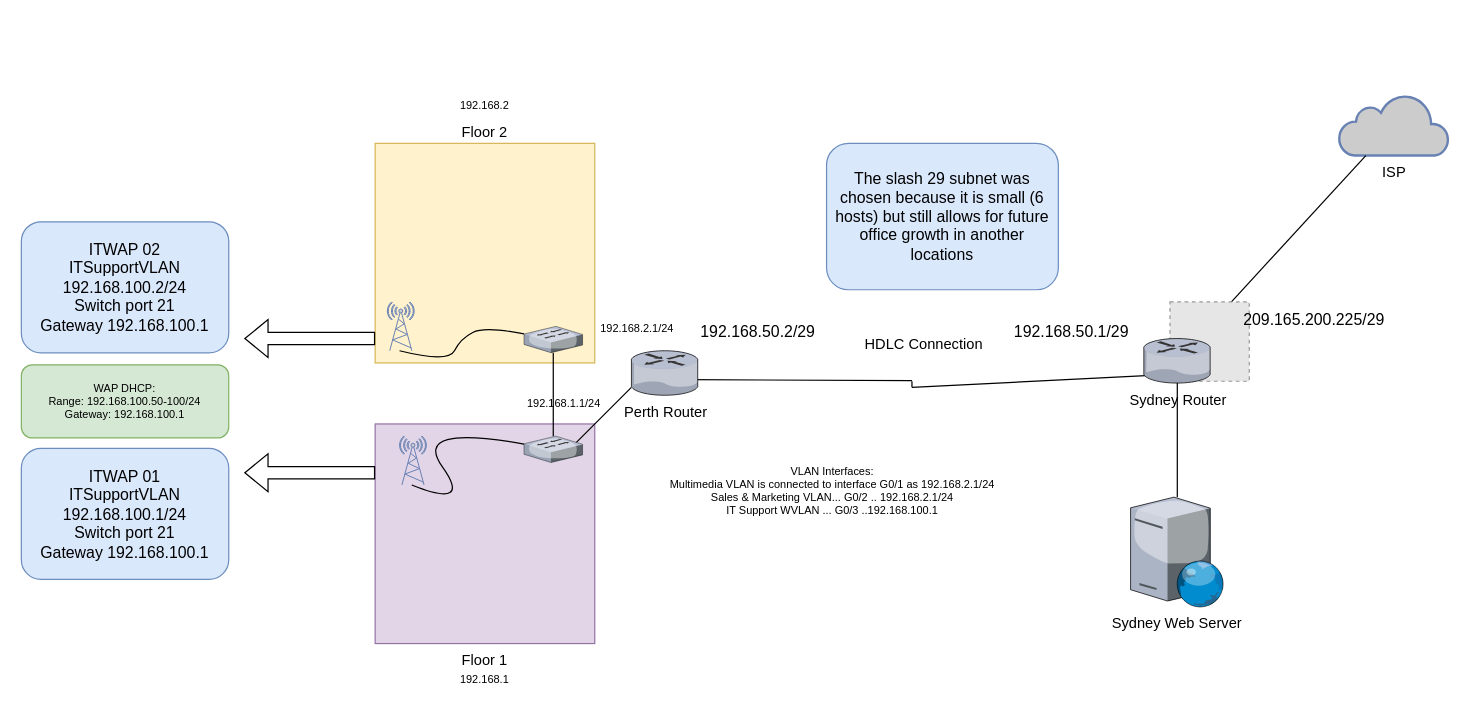
TechWiz-3/Network-Diagrams keeps this draw.io diagram as Case Study Diagram v1.drawio. Above is the earlier version. Source tidied: cells renumbered, new cells numbered last; positions are measured from the earlier drawing's top-left corner, leaving out a move shared by most shapes. Both pictures are drawn from the tidied source at 122%, with x=0, y=0 at pixel (21, 87). Pictures stored in the file or linked from it are replaced by grey dashed boxes.
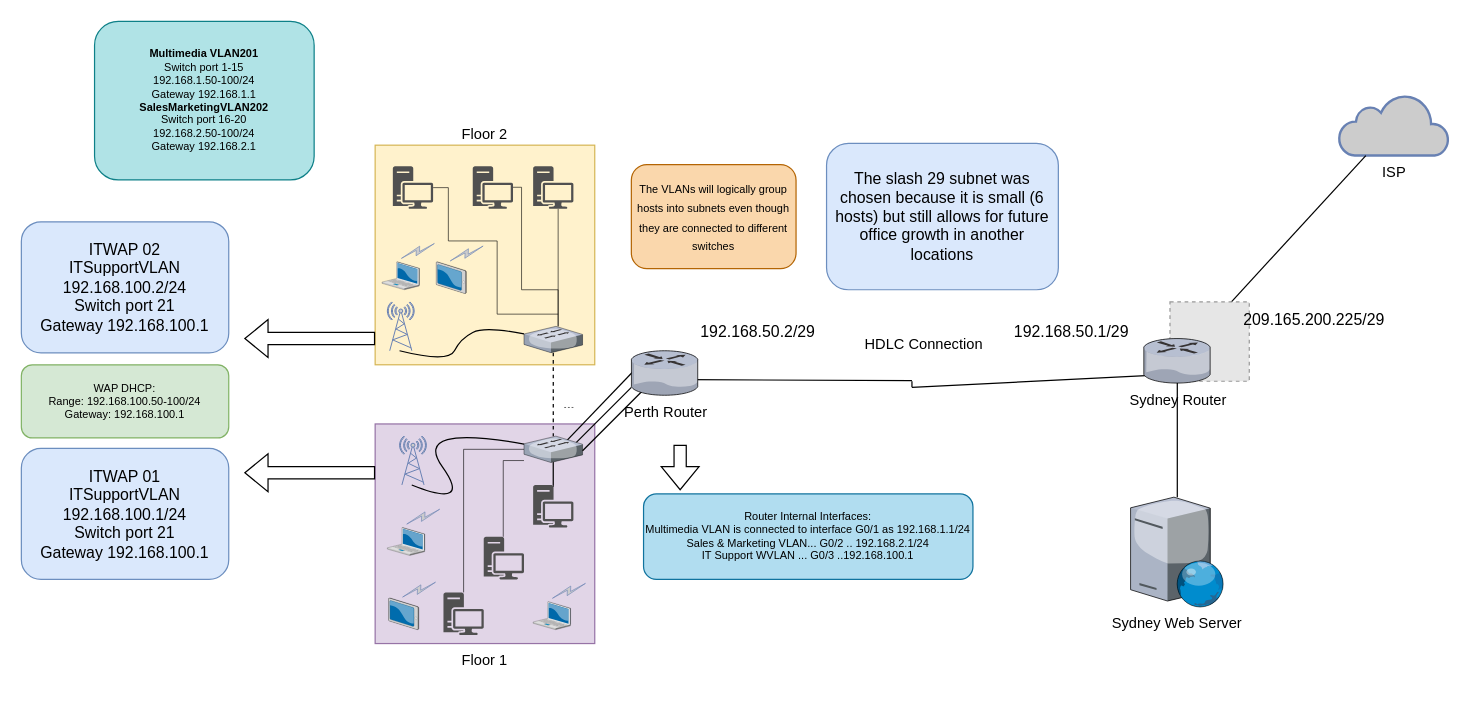
Above is the later version.

Commit message:
👌 IMPROVE: VLAN understanding and representation

The change refers to these unchanged cells:
```xml
<mxCell id="24" style="verticalLabelPosition=bottom;sketch=0;html=1;verticalAlign=top;strokeColor=none;align=center;outlineConnect=0;shape=mxgraph.citrix.switch;fontColor=#000000;" parent="1" vertex="1">
  <mxGeometry x="412" y="196" width="48" height="21.6" as="geometry" />
</mxCell>
```

The edit, as a diff of the source:
```diff
@@
     <mxCell id="7" value="Floor 2" style="whiteSpace=wrap;html=1;strokeColor=#d6b656;fillColor=#fff2cc;labelPosition=center;verticalLabelPosition=top;align=center;verticalAlign=bottom;" parent="1" vertex="1">
-      <mxGeometry x="290" y="46" width="180" height="180" as="geometry" />
+      <mxGeometry x="290" y="47.5" width="180" height="180" as="geometry" />
     </mxCell>
+    <mxCell id="39" style="sketch=0;shadow=0;dashed=0;html=1;strokeColor=none;fillColor=#505050;labelPosition=center;verticalLabelPosition=bottom;verticalAlign=top;outlineConnect=0;align=center;shape=mxgraph.office.devices.workstation;rounded=1;glass=0;fontSize=9;fontColor=#000000;" parent="7" vertex="1">
+      <mxGeometry x="80" y="17.3" width="33" height="34.9" as="geometry" />
+    </mxCell>
@@
-    <mxCell id="13" value="&lt;div&gt;Perth Router&lt;/div&gt;" style="verticalLabelPosition=bottom;sketch=0;html=1;verticalAlign=top;strokeColor=none;align=center;shape=mxgraph.citrix.router;fontColor=#000000;" parent="1" vertex="1">
-      <mxGeometry x="500" y="216" width="55" height="36.5" as="geometry" />
-    </mxCell>
@@
-    <mxCell id="18" style="verticalLabelPosition=bottom;sketch=0;html=1;verticalAlign=top;strokeColor=none;align=center;outlineConnect=0;shape=mxgraph.citrix.switch;fontColor=#000000;" parent="1" vertex="1">
-      <mxGeometry x="412" y="286" width="48" height="21.6" as="geometry" />
-    </mxCell>
@@
-    <mxCell id="23" style="endArrow=none;html=1;rounded=0;fontSize=13;fontColor=#000000;" parent="1" edge="1" source="24" target="18">
+    <mxCell id="23" style="endArrow=none;html=1;rounded=0;fontSize=13;fontColor=#000000;dashed=1;" parent="1" edge="1" source="24" target="18">
       <mxGeometry relative="1" as="geometry" />
     </mxCell>
+    <mxCell id="40" style="edgeStyle=orthogonalEdgeStyle;rounded=0;jumpSize=6;jettySize=auto;html=1;fontSize=9;fontColor=#000000;endArrow=none;endFill=0;strokeWidth=0.5;" parent="1" edge="1" source="24" target="39">
+      <mxGeometry relative="1" as="geometry">
+        <Array as="points">
+          <mxPoint x="440" y="166" />
+          <mxPoint x="410" y="166" />
+          <mxPoint x="410" y="82" />
+        </Array>
+      </mxGeometry>
+    </mxCell>
@@
-    <mxCell id="31" value="&lt;font style=&quot;font-size: 9px&quot;&gt;192.168.1.1/24&lt;/font&gt;" style="text;html=1;strokeColor=none;fillColor=none;align=center;verticalAlign=middle;whiteSpace=wrap;rounded=0;fontSize=13;fontColor=#000000;" parent="1" vertex="1">
-      <mxGeometry x="430" y="252.5" width="30" height="10" as="geometry" />
-    </mxCell>
-    <mxCell id="32" value="&lt;font style=&quot;font-size: 9px&quot;&gt;192.168.2.1/24&lt;/font&gt;" style="text;html=1;strokeColor=none;fillColor=none;align=center;verticalAlign=middle;whiteSpace=wrap;rounded=0;fontSize=13;fontColor=#000000;" parent="1" vertex="1">
-      <mxGeometry x="490" y="191" width="30" height="10" as="geometry" />
-    </mxCell>
@@
-    <mxCell id="35" value="192.168.2" style="text;html=1;strokeColor=none;fillColor=none;align=center;verticalAlign=middle;whiteSpace=wrap;rounded=0;fontSize=9;fontColor=#000000;" parent="1" vertex="1">
-      <mxGeometry x="350" width="60" height="30" as="geometry" />
-    </mxCell>
-    <mxCell id="36" value="192.168.1" style="text;html=1;strokeColor=none;fillColor=none;align=center;verticalAlign=middle;whiteSpace=wrap;rounded=0;fontSize=9;fontColor=#000000;" parent="1" vertex="1">
-      <mxGeometry x="350" y="470.5" width="60" height="30" as="geometry" />
-    </mxCell>
@@
-    <mxCell id="38" value="&lt;div&gt;VLAN Interfaces:&lt;/div&gt;&lt;div&gt;Multimedia VLAN is connected to interface G0/1 as 192.168.2.1/24&lt;/div&gt;&lt;div&gt;Sales &amp;amp; Marketing VLAN... G0/2 .. 192.168.2.1/24&lt;/div&gt;&lt;div&gt;IT Support WVLAN ... G0/3 ..192.168.100.1&lt;br&gt;&lt;/div&gt;" style="text;html=1;strokeColor=none;fillColor=none;align=center;verticalAlign=middle;whiteSpace=wrap;rounded=0;fontSize=9;fontColor=#000000;" parent="1" vertex="1">
-      <mxGeometry x="530" y="296" width="270" height="70" as="geometry" />
+    <mxCell id="38" value="&lt;div&gt;Router Internal Interfaces:&lt;/div&gt;&lt;div&gt;Multimedia VLAN is connected to interface G0/1 as 192.168.1.1/24&lt;/div&gt;&lt;div&gt;Sales &amp;amp; Marketing VLAN... G0/2 .. 192.168.2.1/24&lt;/div&gt;&lt;div&gt;IT Support WVLAN ... G0/3 ..192.168.100.1&lt;br&gt;&lt;/div&gt;" style="text;html=1;strokeColor=#10739e;fillColor=#b1ddf0;align=center;verticalAlign=middle;whiteSpace=wrap;rounded=1;fontSize=9;glass=0;shadow=0;sketch=0;" parent="1" vertex="1">
+      <mxGeometry x="510" y="333.4" width="270" height="70" as="geometry" />
     </mxCell>
+    <mxCell id="41" style="shape=flexArrow;endArrow=classic;html=1;rounded=0;fontSize=13;fontColor=#000000;" parent="1" edge="1">
+      <mxGeometry relative="1" as="geometry">
+        <mxPoint x="540" y="293" as="sourcePoint" />
+        <mxPoint x="540" y="330.4" as="targetPoint" />
+      </mxGeometry>
+    </mxCell>
+    <mxCell id="42" style="edgeStyle=orthogonalEdgeStyle;rounded=0;jettySize=auto;html=1;fontSize=9;fontColor=#000000;endArrow=none;endFill=0;strokeWidth=0.5;" parent="1" edge="1" source="43" target="24">
+      <mxGeometry relative="1" as="geometry">
+        <Array as="points">
+          <mxPoint x="440" y="126" />
+          <mxPoint x="440" y="126" />
+        </Array>
+      </mxGeometry>
+    </mxCell>
+    <mxCell id="43" style="sketch=0;shadow=0;dashed=0;html=1;strokeColor=none;fillColor=#505050;labelPosition=center;verticalLabelPosition=bottom;verticalAlign=top;outlineConnect=0;align=center;shape=mxgraph.office.devices.workstation;rounded=1;glass=0;fontSize=9;fontColor=#000000;" parent="1" vertex="1">
+      <mxGeometry x="419.5" y="64.8" width="33" height="34.9" as="geometry" />
+    </mxCell>
+    <mxCell id="44" style="verticalLabelPosition=bottom;sketch=0;html=1;verticalAlign=top;strokeColor=none;align=center;shape=mxgraph.citrix.tablet_2;rounded=1;shadow=0;glass=0;fontSize=9;fontColor=#000000;" parent="1" vertex="1">
+      <mxGeometry x="340" y="143.1" width="24.8" height="26" as="geometry" />
+    </mxCell>
+    <mxCell id="45" style="verticalLabelPosition=bottom;sketch=0;html=1;verticalAlign=top;strokeColor=none;align=center;shape=mxgraph.citrix.laptop_2;rounded=1;shadow=0;glass=0;fontSize=9;fontColor=#000000;" parent="1" vertex="1">
+      <mxGeometry x="295.6" y="143.1" width="30.7" height="22.9" as="geometry" />
+    </mxCell>
+    <mxCell id="46" style="html=1;outlineConnect=0;fillColor=#CCCCCC;strokeColor=#6881B3;gradientColor=none;gradientDirection=north;strokeWidth=0.5;shape=mxgraph.networks.comm_link_edge;html=1;rounded=0;fontSize=9;fontColor=#000000;endArrow=none;endFill=0;exitX=0.667;exitY=0.389;exitDx=0;exitDy=0;exitPerimeter=0;entryX=0.278;entryY=0.444;entryDx=0;entryDy=0;entryPerimeter=0;" parent="1" edge="1" target="7">
+      <mxGeometry relative="1" as="geometry">
+        <mxPoint x="310" y="141" as="sourcePoint" />
+      </mxGeometry>
+    </mxCell>
+    <mxCell id="47" style="html=1;outlineConnect=0;fillColor=#CCCCCC;strokeColor=#6881B3;gradientColor=none;gradientDirection=north;strokeWidth=0.5;shape=mxgraph.networks.comm_link_edge;html=1;rounded=0;fontSize=9;fontColor=#000000;endArrow=none;endFill=0;exitX=0.667;exitY=0.389;exitDx=0;exitDy=0;exitPerimeter=0;entryX=0.278;entryY=0.444;entryDx=0;entryDy=0;entryPerimeter=0;" parent="1" edge="1">
+      <mxGeometry relative="1" as="geometry">
+        <mxPoint x="350" y="143.1" as="sourcePoint" />
+        <mxPoint x="380" y="129.5" as="targetPoint" />
+      </mxGeometry>
+    </mxCell>
+    <mxCell id="48" style="edgeStyle=orthogonalEdgeStyle;rounded=0;orthogonalLoop=1;jettySize=auto;html=1;exitX=0.75;exitY=1;exitDx=0;exitDy=0;dashed=1;fontSize=9;fontColor=#000000;endArrow=none;endFill=0;strokeWidth=0.5;" parent="1" edge="1">
+      <mxGeometry relative="1" as="geometry">
+        <mxPoint x="452.5" y="262.5" as="sourcePoint" />
+        <mxPoint x="445" y="262.5" as="targetPoint" />
+      </mxGeometry>
+    </mxCell>
+    <mxCell id="49" style="endArrow=none;html=1;rounded=0;fontSize=13;fontColor=#000000;entryX=0.151;entryY=0.104;entryDx=0;entryDy=0;entryPerimeter=0;" parent="1" edge="1">
+      <mxGeometry relative="1" as="geometry">
+        <mxPoint x="440" y="297" as="sourcePoint" />
+        <mxPoint x="508.3" y="225.8" as="targetPoint" />
+      </mxGeometry>
+    </mxCell>
+    <mxCell id="50" style="edgeStyle=orthogonalEdgeStyle;rounded=0;jumpSize=6;jettySize=auto;html=1;fontSize=9;fontColor=#000000;endArrow=none;endFill=0;strokeWidth=0.5;" parent="1" edge="1" source="18" target="57">
+      <mxGeometry relative="1" as="geometry" />
+    </mxCell>
+    <mxCell id="51" style="edgeStyle=orthogonalEdgeStyle;rounded=0;jumpSize=6;jettySize=auto;html=1;fontSize=9;fontColor=#000000;endArrow=none;endFill=0;strokeWidth=0.5;" parent="1" edge="1" source="18" target="58">
+      <mxGeometry relative="1" as="geometry" />
+    </mxCell>
+    <mxCell id="18" style="verticalLabelPosition=bottom;sketch=0;html=1;verticalAlign=top;strokeColor=none;align=center;outlineConnect=0;shape=mxgraph.citrix.switch;fontColor=#000000;" parent="1" vertex="1">
+      <mxGeometry x="412" y="286" width="48" height="21.6" as="geometry" />
+    </mxCell>
+    <mxCell id="52" style="endArrow=none;html=1;rounded=0;fontSize=13;fontColor=#000000;" parent="1" edge="1">
+      <mxGeometry relative="1" as="geometry">
+        <mxPoint x="460" y="298" as="sourcePoint" />
+        <mxPoint x="510" y="248" as="targetPoint" />
+      </mxGeometry>
+    </mxCell>
+    <mxCell id="13" value="&lt;div&gt;Perth Router&lt;/div&gt;" style="verticalLabelPosition=bottom;sketch=0;html=1;verticalAlign=top;strokeColor=none;align=center;shape=mxgraph.citrix.router;fontColor=#000000;" parent="1" vertex="1">
+      <mxGeometry x="500" y="216" width="55" height="36.5" as="geometry" />
+    </mxCell>
+    <mxCell id="53" style="edgeStyle=orthogonalEdgeStyle;rounded=0;jettySize=auto;html=1;fontSize=9;fontColor=#000000;endArrow=none;endFill=0;strokeWidth=0.5;jumpSize=6;" parent="1" edge="1" source="54">
+      <mxGeometry relative="1" as="geometry">
+        <mxPoint x="440" y="186" as="targetPoint" />
+        <Array as="points">
+          <mxPoint x="350" y="82" />
+          <mxPoint x="350" y="126" />
+          <mxPoint x="390" y="126" />
+          <mxPoint x="390" y="186" />
+        </Array>
+      </mxGeometry>
+    </mxCell>
+    <mxCell id="54" style="sketch=0;shadow=0;dashed=0;html=1;strokeColor=none;fillColor=#505050;labelPosition=center;verticalLabelPosition=bottom;verticalAlign=top;outlineConnect=0;align=center;shape=mxgraph.office.devices.workstation;rounded=1;glass=0;fontSize=9;fontColor=#000000;" parent="1" vertex="1">
+      <mxGeometry x="304.5" y="64.8" width="33" height="34.9" as="geometry" />
+    </mxCell>
+    <mxCell id="55" value="&lt;font style=&quot;font-size: 9px&quot;&gt;The VLANs will logically group hosts into subnets even though they are connected to different switches&lt;/font&gt;" style="rounded=1;whiteSpace=wrap;html=1;fontSize=13;strokeColor=#b46504;fillColor=#fad7ac;" parent="1" vertex="1">
+      <mxGeometry x="500" y="63.4" width="135" height="85.3" as="geometry" />
+    </mxCell>
+    <mxCell id="56" style="sketch=0;shadow=0;dashed=0;html=1;strokeColor=none;fillColor=#505050;labelPosition=center;verticalLabelPosition=bottom;verticalAlign=top;outlineConnect=0;align=center;shape=mxgraph.office.devices.workstation;rounded=1;glass=0;fontSize=9;fontColor=#000000;" parent="1" vertex="1">
+      <mxGeometry x="379" y="368.5" width="33" height="34.9" as="geometry" />
+    </mxCell>
+    <mxCell id="57" style="sketch=0;shadow=0;dashed=0;html=1;strokeColor=none;fillColor=#505050;labelPosition=center;verticalLabelPosition=bottom;verticalAlign=top;outlineConnect=0;align=center;shape=mxgraph.office.devices.workstation;rounded=1;glass=0;fontSize=9;fontColor=#000000;" parent="1" vertex="1">
+      <mxGeometry x="419.5" y="326" width="33" height="34.9" as="geometry" />
+    </mxCell>
+    <mxCell id="58" style="sketch=0;shadow=0;dashed=0;html=1;strokeColor=none;fillColor=#505050;labelPosition=center;verticalLabelPosition=bottom;verticalAlign=top;outlineConnect=0;align=center;shape=mxgraph.office.devices.workstation;rounded=1;glass=0;fontSize=9;fontColor=#000000;" parent="1" vertex="1">
+      <mxGeometry x="346" y="414.1" width="33" height="34.9" as="geometry" />
+    </mxCell>
+    <mxCell id="59" style="verticalLabelPosition=bottom;sketch=0;html=1;verticalAlign=top;strokeColor=none;align=center;shape=mxgraph.citrix.tablet_2;rounded=1;shadow=0;glass=0;fontSize=9;fontColor=#000000;" parent="1" vertex="1">
+      <mxGeometry x="301" y="418.6" width="24.8" height="26" as="geometry" />
+    </mxCell>
+    <mxCell id="60" style="verticalLabelPosition=bottom;sketch=0;html=1;verticalAlign=top;strokeColor=none;align=center;shape=mxgraph.citrix.laptop_2;rounded=1;shadow=0;glass=0;fontSize=9;fontColor=#000000;" parent="1" vertex="1">
+      <mxGeometry x="300" y="360.9" width="30.7" height="22.9" as="geometry" />
+    </mxCell>
+    <mxCell id="61" style="html=1;outlineConnect=0;fillColor=#CCCCCC;strokeColor=#6881B3;gradientColor=none;gradientDirection=north;strokeWidth=0.5;shape=mxgraph.networks.comm_link_edge;html=1;rounded=0;fontSize=9;fontColor=#000000;endArrow=none;endFill=0;exitX=0.667;exitY=0.389;exitDx=0;exitDy=0;exitPerimeter=0;entryX=0.278;entryY=0.444;entryDx=0;entryDy=0;entryPerimeter=0;" parent="1" edge="1">
+      <mxGeometry relative="1" as="geometry">
+        <mxPoint x="314.4" y="358.8" as="sourcePoint" />
+        <mxPoint x="344.4" y="345.2" as="targetPoint" />
+      </mxGeometry>
+    </mxCell>
+    <mxCell id="62" style="html=1;outlineConnect=0;fillColor=#CCCCCC;strokeColor=#6881B3;gradientColor=none;gradientDirection=north;strokeWidth=0.5;shape=mxgraph.networks.comm_link_edge;html=1;rounded=0;fontSize=9;fontColor=#000000;endArrow=none;endFill=0;exitX=0.667;exitY=0.389;exitDx=0;exitDy=0;exitPerimeter=0;entryX=0.278;entryY=0.444;entryDx=0;entryDy=0;entryPerimeter=0;" parent="1" edge="1">
+      <mxGeometry relative="1" as="geometry">
+        <mxPoint x="311" y="418.6" as="sourcePoint" />
+        <mxPoint x="341" y="405" as="targetPoint" />
+      </mxGeometry>
+    </mxCell>
+    <mxCell id="63" style="verticalLabelPosition=bottom;sketch=0;html=1;verticalAlign=top;strokeColor=none;align=center;shape=mxgraph.citrix.laptop_2;rounded=1;shadow=0;glass=0;fontSize=9;fontColor=#000000;" parent="1" vertex="1">
+      <mxGeometry x="419.5" y="421.7" width="30.7" height="22.9" as="geometry" />
+    </mxCell>
+    <mxCell id="64" style="html=1;outlineConnect=0;fillColor=#CCCCCC;strokeColor=#6881B3;gradientColor=none;gradientDirection=north;strokeWidth=0.5;shape=mxgraph.networks.comm_link_edge;html=1;rounded=0;fontSize=9;fontColor=#000000;endArrow=none;endFill=0;exitX=0.667;exitY=0.389;exitDx=0;exitDy=0;exitPerimeter=0;entryX=0.278;entryY=0.444;entryDx=0;entryDy=0;entryPerimeter=0;" parent="1" edge="1">
+      <mxGeometry relative="1" as="geometry">
+        <mxPoint x="433.8" y="419.6" as="sourcePoint" />
+        <mxPoint x="463.9" y="406" as="targetPoint" />
+      </mxGeometry>
+    </mxCell>
+    <mxCell id="65" style="edgeStyle=orthogonalEdgeStyle;rounded=0;jumpSize=6;jettySize=auto;html=1;fontSize=9;fontColor=#000000;endArrow=none;endFill=0;strokeWidth=0.5;" parent="1" edge="1" source="18" target="56">
+      <mxGeometry relative="1" as="geometry">
+        <Array as="points">
+          <mxPoint x="395" y="306" />
+        </Array>
+      </mxGeometry>
+    </mxCell>
+    <mxCell id="66" value="&lt;div&gt;&lt;b&gt;Multimedia VLAN201&lt;/b&gt;&lt;/div&gt;&lt;div&gt;Switch port 1-15&lt;/div&gt;&lt;div&gt;192.168.1.50-100/24&lt;/div&gt;&lt;div&gt;Gateway 192.168.1.1&lt;br&gt;&lt;/div&gt;&lt;div&gt;&lt;b&gt;SalesMarketingVLAN202&lt;/b&gt;&lt;/div&gt;&lt;div&gt;Switch port 16-20&lt;br&gt;&lt;/div&gt;&lt;div&gt;192.168.2.50-100/24&lt;/div&gt;&lt;div&gt;Gateway 192.168.2.1&lt;br&gt;&lt;/div&gt;" style="rounded=1;whiteSpace=wrap;html=1;shadow=0;glass=0;sketch=0;fontSize=9;strokeColor=#0e8088;fillColor=#b0e3e6;" parent="1" vertex="1">
+      <mxGeometry x="60" y="-54" width="180" height="130" as="geometry" />
+    </mxCell>
```
